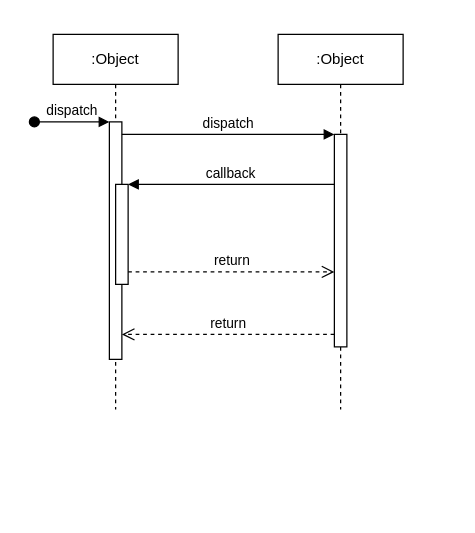
Before: 기술정보/시퀀스.drawio in DarkOverlordX/DarkOverloadDocs, a draw.io diagram. Source tidied: cells renumbered, new cells numbered last; positions are measured from the earlier drawing's top-left corner, leaving out a move shared by most shapes. Both pictures are drawn from the tidied source at 125%, with x=0, y=0 at pixel (34, 34).
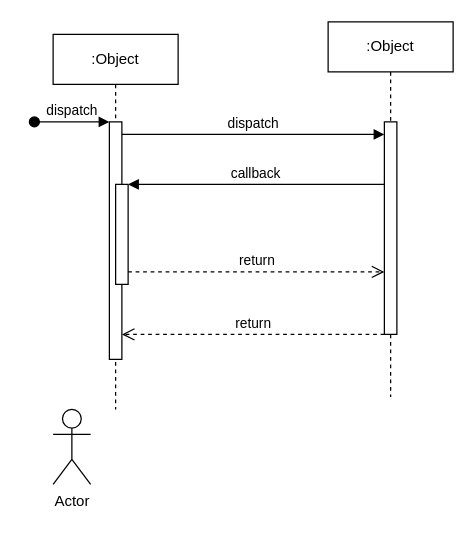
After the change.

Commit message:
시퀀스.drawio 업데이트

Diff of the diagram source:
```diff
@@
 <mxGraphModel>
   <root>
     <mxCell id="0" />
     <mxCell id="1" parent="0" />
     <mxCell id="2" value=":Object" style="shape=umlLifeline;perimeter=lifelinePerimeter;whiteSpace=wrap;html=1;newEdgeStyle={&quot;edgeStyle&quot;:&quot;elbowEdgeStyle&quot;,&quot;elbow&quot;:&quot;vertical&quot;,&quot;curved&quot;:0,&quot;rounded&quot;:0};" parent="1" vertex="1">
       <mxGeometry x="15" width="100" height="300" as="geometry" />
     </mxCell>
     <mxCell id="3" style="html=1;points=[];perimeter=orthogonalPerimeter;outlineConnect=0;targetShapes=umlLifeline;portConstraint=eastwest;newEdgeStyle={&quot;edgeStyle&quot;:&quot;elbowEdgeStyle&quot;,&quot;elbow&quot;:&quot;vertical&quot;,&quot;curved&quot;:0,&quot;rounded&quot;:0};" parent="2" vertex="1">
       <mxGeometry x="45" y="70" width="10" height="190" as="geometry" />
     </mxCell>
     <mxCell id="4" value="dispatch" style="html=1;verticalAlign=bottom;startArrow=oval;endArrow=block;startSize=8;edgeStyle=elbowEdgeStyle;elbow=vertical;curved=0;rounded=0;" parent="2" edge="1" target="3">
       <mxGeometry relative="1" as="geometry">
         <mxPoint x="-15" y="70" as="sourcePoint" />
       </mxGeometry>
     </mxCell>
     <mxCell id="5" style="html=1;points=[];perimeter=orthogonalPerimeter;outlineConnect=0;targetShapes=umlLifeline;portConstraint=eastwest;newEdgeStyle={&quot;edgeStyle&quot;:&quot;elbowEdgeStyle&quot;,&quot;elbow&quot;:&quot;vertical&quot;,&quot;curved&quot;:0,&quot;rounded&quot;:0};" parent="2" vertex="1">
       <mxGeometry x="50" y="120" width="10" height="80" as="geometry" />
     </mxCell>
     <mxCell id="6" value=":Object" style="shape=umlLifeline;perimeter=lifelinePerimeter;whiteSpace=wrap;html=1;newEdgeStyle={&quot;edgeStyle&quot;:&quot;elbowEdgeStyle&quot;,&quot;elbow&quot;:&quot;vertical&quot;,&quot;curved&quot;:0,&quot;rounded&quot;:0};" parent="1" vertex="1">
-      <mxGeometry x="195" width="100" height="300" as="geometry" />
+      <mxGeometry x="235" y="-10" width="100" height="300" as="geometry" />
     </mxCell>
     <mxCell id="7" style="html=1;points=[];perimeter=orthogonalPerimeter;outlineConnect=0;targetShapes=umlLifeline;portConstraint=eastwest;newEdgeStyle={&quot;edgeStyle&quot;:&quot;elbowEdgeStyle&quot;,&quot;elbow&quot;:&quot;vertical&quot;,&quot;curved&quot;:0,&quot;rounded&quot;:0};" parent="6" vertex="1">
       <mxGeometry x="45" y="80" width="10" height="170" as="geometry" />
     </mxCell>
     <mxCell id="8" value="dispatch" style="html=1;verticalAlign=bottom;endArrow=block;edgeStyle=elbowEdgeStyle;elbow=vertical;curved=0;rounded=0;" parent="1" edge="1" source="3" target="7">
       <mxGeometry relative="1" as="geometry">
         <Array as="points">
           <mxPoint x="155" y="80" />
         </Array>
       </mxGeometry>
     </mxCell>
     <mxCell id="9" value="return" style="html=1;verticalAlign=bottom;endArrow=open;dashed=1;endSize=8;edgeStyle=elbowEdgeStyle;elbow=vertical;curved=0;rounded=0;" parent="1" edge="1" source="7" target="3">
       <mxGeometry relative="1" as="geometry">
         <Array as="points">
           <mxPoint x="165" y="240" />
         </Array>
       </mxGeometry>
     </mxCell>
     <mxCell id="10" value="callback" style="html=1;verticalAlign=bottom;endArrow=block;edgeStyle=elbowEdgeStyle;elbow=vertical;curved=0;rounded=0;" parent="1" edge="1" source="7" target="5">
       <mxGeometry relative="1" as="geometry">
         <Array as="points">
           <mxPoint x="165" y="120" />
         </Array>
       </mxGeometry>
     </mxCell>
     <mxCell id="11" value="return" style="html=1;verticalAlign=bottom;endArrow=open;dashed=1;endSize=8;edgeStyle=elbowEdgeStyle;elbow=vertical;curved=0;rounded=0;" parent="1" edge="1" source="5" target="7">
       <mxGeometry relative="1" as="geometry">
         <Array as="points">
           <mxPoint x="155" y="190" />
         </Array>
       </mxGeometry>
     </mxCell>
+    <mxCell id="12" value="Actor" style="shape=umlActor;verticalLabelPosition=bottom;verticalAlign=top;html=1;" parent="1" vertex="1">
+      <mxGeometry x="15" y="300" width="30" height="60" as="geometry" />
+    </mxCell>
   </root>
 </mxGraphModel>
```
